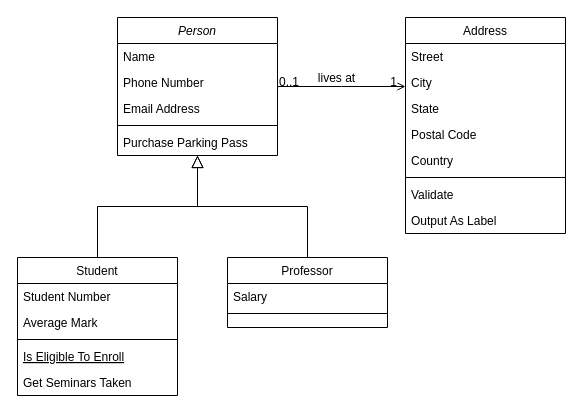
Earlier version of the draw.io diagram Diagram bez tytułu.drawio (Edios/Assistant). Source tidied: cells renumbered, new cells numbered last; positions are measured from the earlier drawing's top-left corner, leaving out a move shared by most shapes. Both pictures are drawn from the tidied source at 100%, with x=0, y=0 at pixel (17, 17).
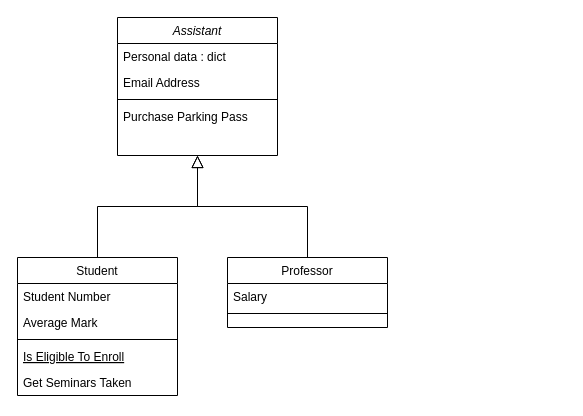
The same diagram, later.

What changed in the source:
```diff
@@
-    <mxCell id="2" value="Person" style="swimlane;fontStyle=2;align=center;verticalAlign=top;horizontal=1;startSize=26;rounded=0;shadow=0;strokeWidth=1;" parent="1" vertex="1">
+    <mxCell id="2" value="Assistant" style="swimlane;fontStyle=2;align=center;verticalAlign=top;horizontal=1;startSize=26;rounded=0;shadow=0;strokeWidth=1;" parent="1" vertex="1">
       <mxGeometry x="100" width="160" height="138" as="geometry" />
     </mxCell>
-    <mxCell id="3" value="Name" style="text;align=left;verticalAlign=top;spacingLeft=4;spacingRight=4;overflow=hidden;" parent="2" vertex="1">
+    <mxCell id="3" value="Personal data : dict" style="text;align=left;verticalAlign=top;spacingLeft=4;spacingRight=4;overflow=hidden;" parent="2" vertex="1">
       <mxGeometry y="26" width="160" height="26" as="geometry" />
     </mxCell>
-    <mxCell id="4" value="Phone Number" style="text;align=left;verticalAlign=top;spacingLeft=4;spacingRight=4;overflow=hidden;rounded=0;shadow=0;html=0;" parent="2" vertex="1">
-      <mxGeometry y="52" width="160" height="26" as="geometry" />
-    </mxCell>
     <mxCell id="5" value="Email Address" style="text;align=left;verticalAlign=top;spacingLeft=4;spacingRight=4;overflow=hidden;rounded=0;shadow=0;html=0;" parent="2" vertex="1">
-      <mxGeometry y="78" width="160" height="26" as="geometry" />
+      <mxGeometry y="52" width="160" height="26" as="geometry" />
     </mxCell>
     <mxCell id="6" style="line;html=1;strokeWidth=1;align=left;verticalAlign=middle;spacingTop=-1;spacingLeft=3;spacingRight=3;labelPosition=right;" parent="2" vertex="1">
-      <mxGeometry y="104" width="160" height="8" as="geometry" />
+      <mxGeometry y="78" width="160" height="8" as="geometry" />
     </mxCell>
     <mxCell id="7" value="Purchase Parking Pass" style="text;align=left;verticalAlign=top;spacingLeft=4;spacingRight=4;overflow=hidden;" parent="2" vertex="1">
-      <mxGeometry y="112" width="160" height="26" as="geometry" />
+      <mxGeometry y="86" width="160" height="26" as="geometry" />
     </mxCell>
@@
-    <mxCell id="19" value="Address" style="swimlane;fontStyle=0;align=center;verticalAlign=top;horizontal=1;startSize=26;rounded=0;shadow=0;strokeWidth=1;" parent="1" vertex="1">
-      <mxGeometry x="388" width="160" height="216" as="geometry" />
-    </mxCell>
-    <mxCell id="20" value="Street" style="text;align=left;verticalAlign=top;spacingLeft=4;spacingRight=4;overflow=hidden;" parent="19" vertex="1">
-      <mxGeometry y="26" width="160" height="26" as="geometry" />
-    </mxCell>
-    <mxCell id="21" value="City" style="text;align=left;verticalAlign=top;spacingLeft=4;spacingRight=4;overflow=hidden;rounded=0;shadow=0;html=0;" parent="19" vertex="1">
-      <mxGeometry y="52" width="160" height="26" as="geometry" />
-    </mxCell>
-    <mxCell id="22" value="State" style="text;align=left;verticalAlign=top;spacingLeft=4;spacingRight=4;overflow=hidden;rounded=0;shadow=0;html=0;" parent="19" vertex="1">
-      <mxGeometry y="78" width="160" height="26" as="geometry" />
-    </mxCell>
-    <mxCell id="23" value="Postal Code" style="text;align=left;verticalAlign=top;spacingLeft=4;spacingRight=4;overflow=hidden;rounded=0;shadow=0;html=0;" parent="19" vertex="1">
-      <mxGeometry y="104" width="160" height="26" as="geometry" />
-    </mxCell>
-    <mxCell id="24" value="Country" style="text;align=left;verticalAlign=top;spacingLeft=4;spacingRight=4;overflow=hidden;rounded=0;shadow=0;html=0;" parent="19" vertex="1">
-      <mxGeometry y="130" width="160" height="26" as="geometry" />
-    </mxCell>
-    <mxCell id="25" style="line;html=1;strokeWidth=1;align=left;verticalAlign=middle;spacingTop=-1;spacingLeft=3;spacingRight=3;labelPosition=right;" parent="19" vertex="1">
-      <mxGeometry y="156" width="160" height="8" as="geometry" />
-    </mxCell>
-    <mxCell id="26" value="Validate" style="text;align=left;verticalAlign=top;spacingLeft=4;spacingRight=4;overflow=hidden;" parent="19" vertex="1">
-      <mxGeometry y="164" width="160" height="26" as="geometry" />
-    </mxCell>
-    <mxCell id="27" value="Output As Label" style="text;align=left;verticalAlign=top;spacingLeft=4;spacingRight=4;overflow=hidden;" parent="19" vertex="1">
-      <mxGeometry y="190" width="160" height="26" as="geometry" />
-    </mxCell>
-    <mxCell id="28" style="endArrow=open;shadow=0;strokeWidth=1;rounded=0;endFill=1;edgeStyle=elbowEdgeStyle;elbow=vertical;" parent="1" edge="1" source="2" target="19">
-      <mxGeometry x="0.5" y="41" relative="1" as="geometry">
-        <mxPoint x="-40" y="32" as="offset" />
-      </mxGeometry>
-    </mxCell>
-    <mxCell id="29" value="0..1" style="align=left;verticalAlign=bottom;labelBackgroundColor=none;fontSize=12;" parent="28" vertex="1">
-      <mxGeometry x="-1" relative="1" as="geometry">
-        <mxPoint y="4" as="offset" />
-      </mxGeometry>
-    </mxCell>
-    <mxCell id="30" value="1" style="align=right;verticalAlign=bottom;labelBackgroundColor=none;fontSize=12;" parent="28" vertex="1">
-      <mxGeometry x="1" relative="1" as="geometry">
-        <mxPoint x="-7" y="4" as="offset" />
-      </mxGeometry>
-    </mxCell>
-    <mxCell id="31" value="lives at" style="text;html=1;align=center;verticalAlign=middle;labelBackgroundColor=none;rounded=0;shadow=0;strokeWidth=1;fontSize=12;" parent="28" vertex="1">
-      <mxGeometry x="0.5" y="49" relative="1" as="geometry">
-        <mxPoint x="-38" y="40" as="offset" />
-      </mxGeometry>
-    </mxCell>
```
